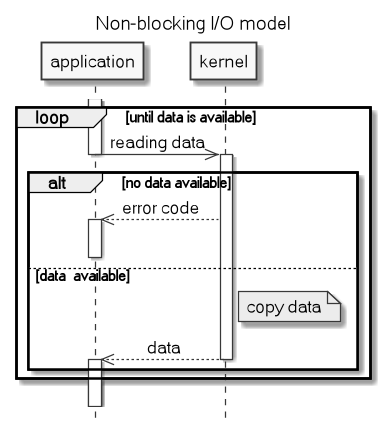
Before: .images/non_blocking_IO_model.png, a diagram exported from PlantUML (c0p4c4b4n4/demo-sockets-io-nio-nio2).
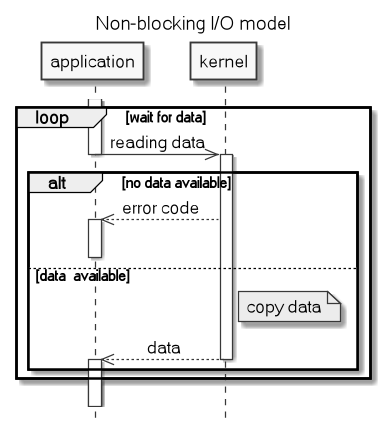
The same file after the commit.

Change to the diagram source:
```diff
@@ -6,7 +6,7 @@
 skinparam titleFontSize 15
 skinparam sequenceMessageAlign center
 activate application
-loop until data is available
+loop wait for data
     application->>kernel: reading data
     deactivate application
     activate kernel
```
